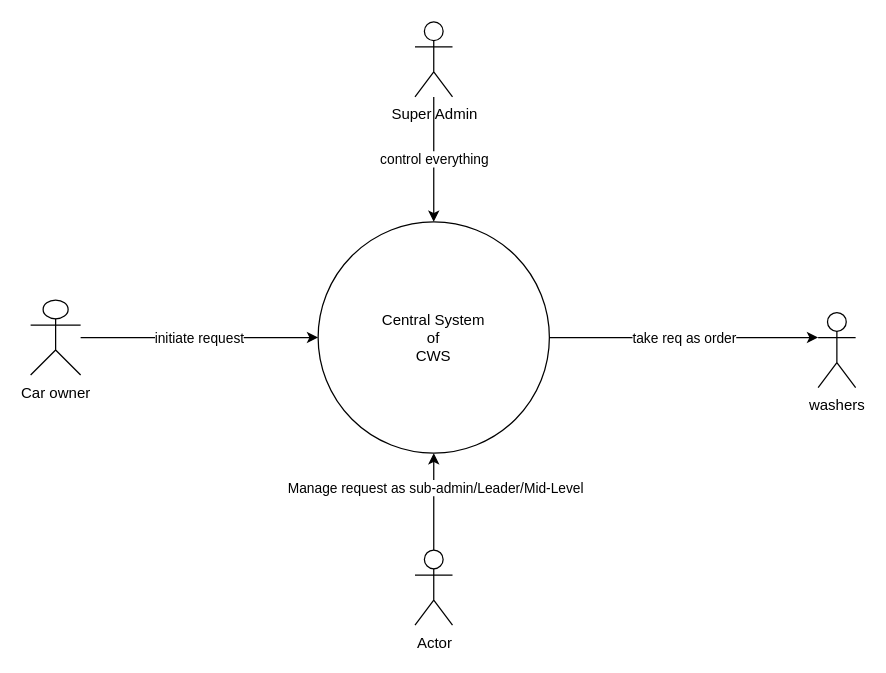
This is src/Untitled Diagram.drawio from aws-sandip200/SoftGenx, a draw.io file, before an edit. Source tidied: cells renumbered, new cells numbered last; positions are measured from the earlier drawing's top-left corner, leaving out a move shared by most shapes. Both pictures are drawn from the tidied source at 125%, with x=0, y=0 at pixel (30, 21).
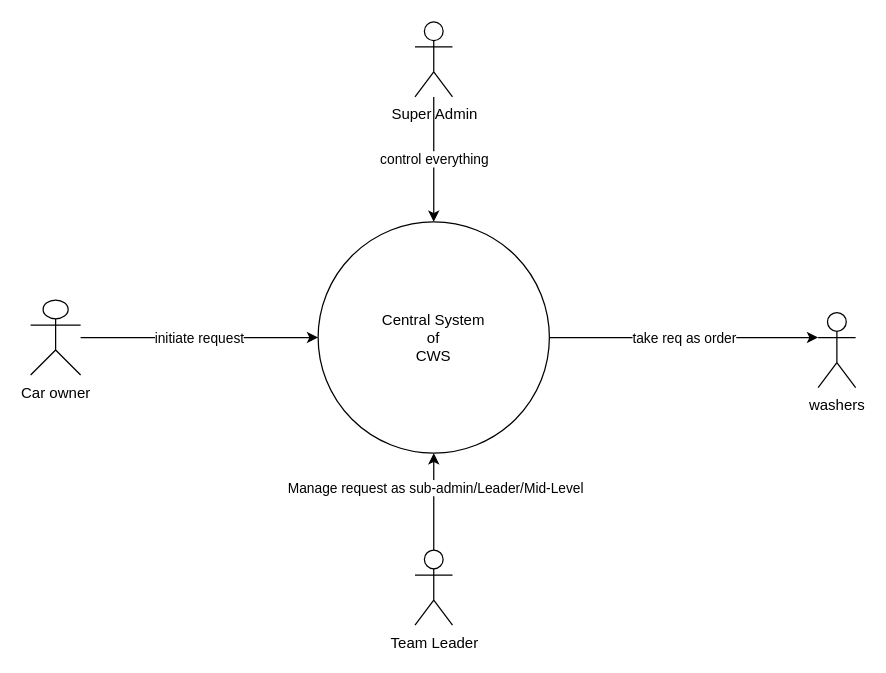
The same diagram, later.

Change to the diagram source:
```diff
@@
 <mxGraphModel>
   <root>
     <mxCell id="0" />
     <mxCell id="1" parent="0" />
     <mxCell id="2" value="initiate request" style="edgeStyle=orthogonalEdgeStyle;rounded=0;jettySize=auto;html=1;entryX=0;entryY=0.5;entryDx=0;entryDy=0;" parent="1" edge="1" source="3" target="9">
       <mxGeometry relative="1" as="geometry" />
     </mxCell>
     <mxCell id="3" value="Car owner" style="shape=umlActor;verticalLabelPosition=bottom;verticalAlign=top;html=1;outlineConnect=0;" parent="1" vertex="1">
       <mxGeometry y="222.5" width="40" height="60" as="geometry" />
     </mxCell>
     <mxCell id="4" style="edgeStyle=orthogonalEdgeStyle;rounded=0;jettySize=auto;html=1;entryX=0.5;entryY=1;entryDx=0;entryDy=0;" parent="1" edge="1" source="6" target="9">
       <mxGeometry relative="1" as="geometry" />
     </mxCell>
     <mxCell id="5" value="Manage request as sub-admin/Leader/Mid-Level" style="edgeLabel;html=1;align=center;verticalAlign=middle;" parent="4" vertex="1">
       <mxGeometry x="0.28" relative="1" as="geometry">
         <mxPoint x="1" as="offset" />
       </mxGeometry>
     </mxCell>
-    <mxCell id="6" value="Actor" style="shape=umlActor;verticalLabelPosition=bottom;verticalAlign=top;html=1;outlineConnect=0;" parent="1" vertex="1">
+    <mxCell id="6" value="Team Leader" style="shape=umlActor;verticalLabelPosition=bottom;verticalAlign=top;html=1;outlineConnect=0;" parent="1" vertex="1">
       <mxGeometry x="307.5" y="422.5" width="30" height="60" as="geometry" />
     </mxCell>
     <mxCell id="7" value="washers" style="shape=umlActor;verticalLabelPosition=bottom;verticalAlign=top;html=1;outlineConnect=0;" parent="1" vertex="1">
       <mxGeometry x="630" y="232.5" width="30" height="60" as="geometry" />
     </mxCell>
     <mxCell id="8" value="take req as order" style="edgeStyle=orthogonalEdgeStyle;rounded=0;jettySize=auto;html=1;entryX=0;entryY=0.3333333333333333;entryDx=0;entryDy=0;entryPerimeter=0;" parent="1" edge="1" source="9" target="7">
       <mxGeometry relative="1" as="geometry" />
     </mxCell>
     <mxCell id="9" value="Central System&lt;br&gt;of&lt;br&gt;CWS" style="ellipse;whiteSpace=wrap;html=1;" parent="1" vertex="1">
       <mxGeometry x="230" y="160" width="185" height="185" as="geometry" />
     </mxCell>
     <mxCell id="10" value="control everything" style="edgeStyle=orthogonalEdgeStyle;rounded=0;jettySize=auto;html=1;entryX=0.5;entryY=0;entryDx=0;entryDy=0;" parent="1" edge="1" source="11" target="9">
       <mxGeometry relative="1" as="geometry" />
     </mxCell>
     <mxCell id="11" value="Super Admin" style="shape=umlActor;verticalLabelPosition=bottom;verticalAlign=top;html=1;outlineConnect=0;" parent="1" vertex="1">
       <mxGeometry x="307.5" width="30" height="60" as="geometry" />
     </mxCell>
   </root>
 </mxGraphModel>
```
